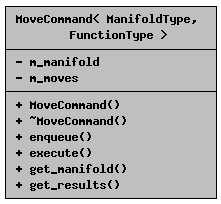
Earlier version of the Graphviz export class_move_command__coll__graph.png (acgetchell/CDT-plusplus). Its source is kept beside it as class_move_command__coll__graph.dot.
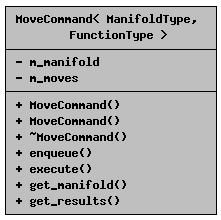
The same diagram one commit later.

Change to the diagram source:
```diff
@@ -2,5 +2,5 @@
 {
   edge [fontname="Helvetica",fontsize="10",labelfontname="Helvetica",labelfontsize="10"];
   node [fontname="Helvetica",fontsize="10",shape=record];
-  Node1 [label="{MoveCommand\< ManifoldType,\l FunctionType \>\n|- m_manifold\l- m_moves\l|+ MoveCommand()\l+ ~MoveCommand()\l+ enqueue()\l+ execute()\l+ get_manifold()\l+ get_results()\l}",height=0.2,width=0.4,color="black", fillcolor="grey75", style="filled", fontcolor="black",tooltip=" "];
+  Node1 [label="{MoveCommand\< ManifoldType,\l FunctionType \>\n|- m_manifold\l- m_moves\l|+ MoveCommand()\l+ MoveCommand()\l+ ~MoveCommand()\l+ enqueue()\l+ execute()\l+ get_manifold()\l+ get_results()\l}",height=0.2,width=0.4,color="black", fillcolor="grey75", style="filled", fontcolor="black",tooltip=" "];
 }
```
